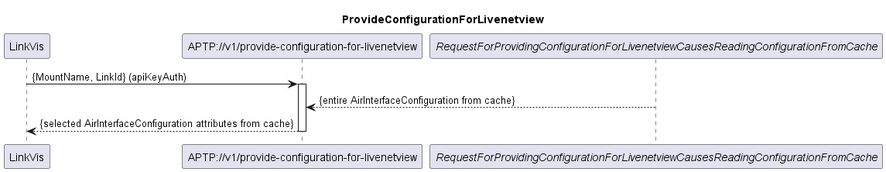
Earlier version of the PlantUML export spec/diagrams/ProvideConfigurationForLivenetview/ProvideConfigForLivenetview.png (openBackhaul/AccessPlanningToolProxy).
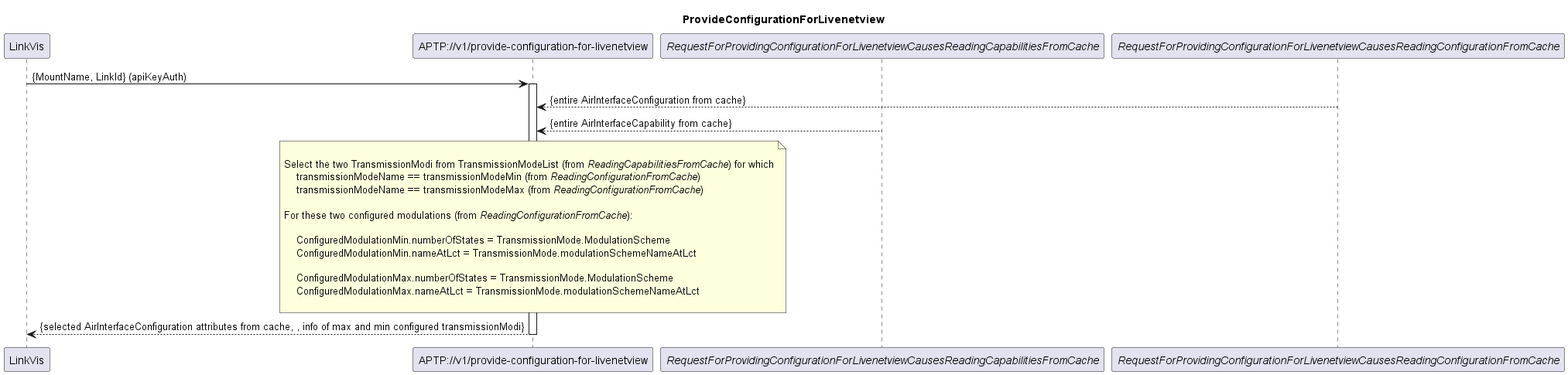
The same diagram one commit later.

Commit message:
Add missing callback in diagrams of service 007

What changed in the source:
```diff
@@ -7,6 +7,7 @@
 
 participant "LinkVis" as LinkVis
 participant "APTP://v1/provide-configuration-for-livenetview" as APTP_Config
+participant "<i>RequestForProvidingConfigurationForLivenetviewCausesReadingCapabilitiesFromCache</i>" as ReadingCapa
 participant "<i>RequestForProvidingConfigurationForLivenetviewCausesReadingConfigurationFromCache</i>" as ReadingConfigCache
 
 
@@ -16,8 +17,25 @@
 
 
 ReadingConfigCache --> APTP_Config: {entire AirInterfaceConfiguration from cache}
+ReadingCapa --> APTP_Config: {entire AirInterfaceCapability from cache}
 
-APTP_Config --> LinkVis: {selected AirInterfaceConfiguration attributes from cache}
+note over APTP_Config
+
+Select the two TransmissionModi from TransmissionModeList (from <i>ReadingCapabilitiesFromCache</i>) for which
+    transmissionModeName == transmissionModeMin (from <i>ReadingConfigurationFromCache</i>)
+    transmissionModeName == transmissionModeMax (from <i>ReadingConfigurationFromCache</i>)
+
+For these two configured modulations (from <i>ReadingConfigurationFromCache</i>):
+
+    ConfiguredModulationMin.numberOfStates = TransmissionMode.ModulationScheme
+    ConfiguredModulationMin.nameAtLct = TransmissionMode.modulationSchemeNameAtLct
+
+    ConfiguredModulationMax.numberOfStates = TransmissionMode.ModulationScheme
+    ConfiguredModulationMax.nameAtLct = TransmissionMode.modulationSchemeNameAtLct
+
+end note
+
+APTP_Config --> LinkVis: {selected AirInterfaceConfiguration attributes from cache, , info of max and min configured transmissionModi}
 
 deactivate APTP_Config
 
```
